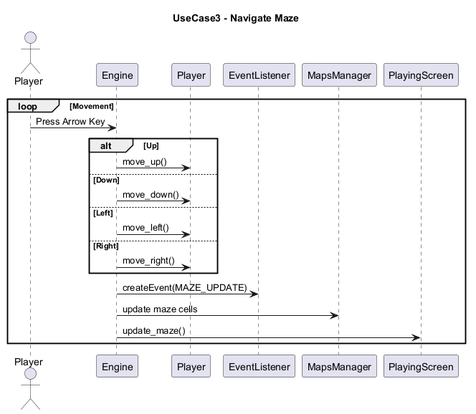
Before: docs/Diagrams/uc3.png, a diagram exported from PlantUML (ChuzaWick420/FYP_AI_Based_Puzzle_Game).
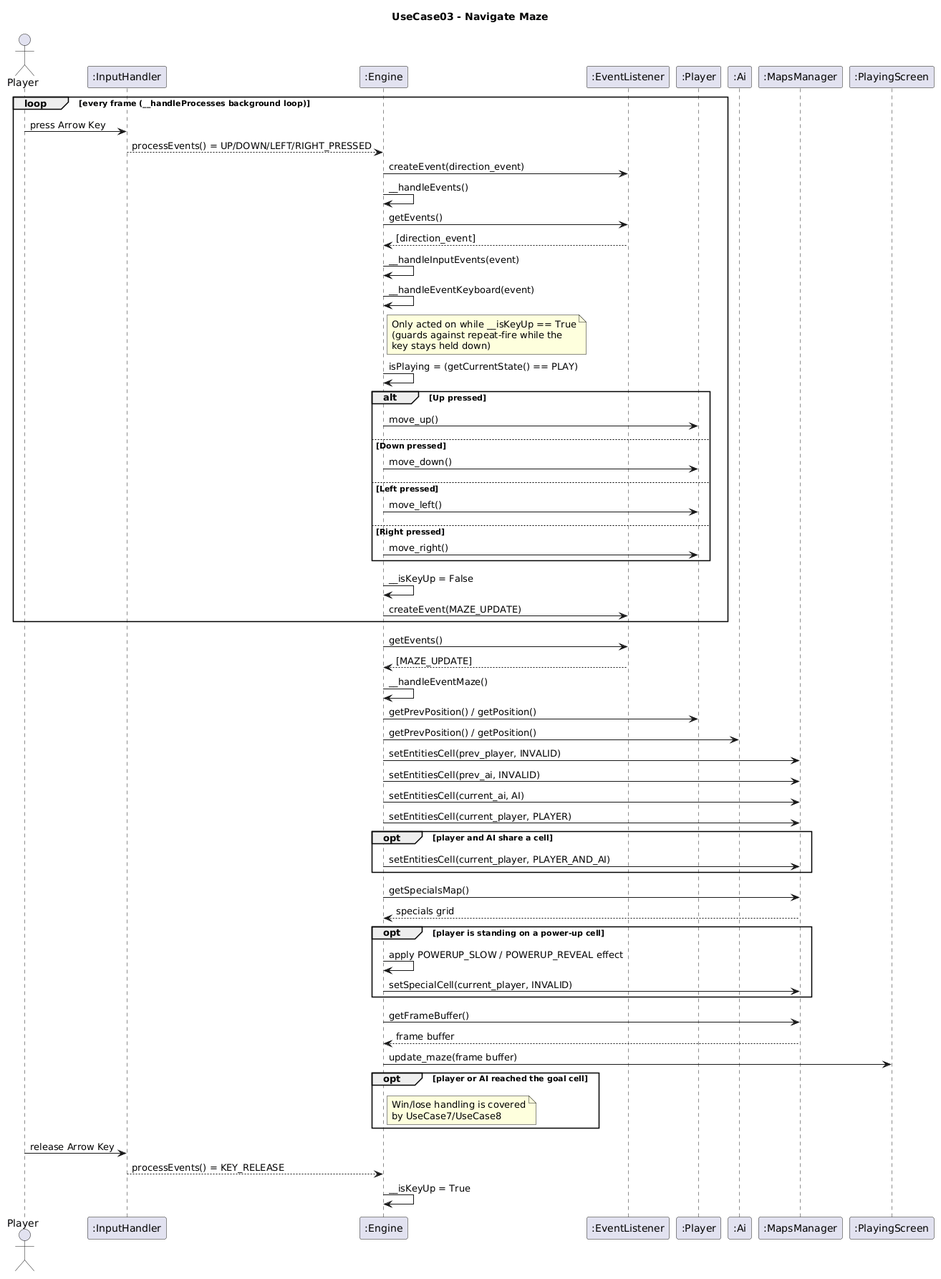
The same diagram one commit later.

The edit, as a diff of the source:
```diff
@@ -1,30 +1,74 @@
 @startuml
-title UseCase3 - Navigate Maze
+title UseCase03 - Navigate Maze
 
 actor Player
+participant ":InputHandler" as IH
+participant ":Engine" as E
+participant ":EventListener" as EL
+participant ":Player" as PE
+participant ":Ai" as AI
+participant ":MapsManager" as MM
+participant ":PlayingScreen" as PS
 
-participant Engine
-participant PlayerEntity as "Player"
-participant EventListener
-participant MapsManager
-participant PlayingScreen
+loop every frame (__handleProcesses background loop)
+  Player -> IH : press Arrow Key
+  IH --> E : processEvents() = UP/DOWN/LEFT/RIGHT_PRESSED
+  E -> EL : createEvent(direction_event)
 
-loop Movement
-    Player -> Engine : Press Arrow Key
+  E -> E : __handleEvents()
 
-    alt Up
-        Engine -> PlayerEntity : move_up()
-    else Down
-        Engine -> PlayerEntity : move_down()
-    else Left
-        Engine -> PlayerEntity : move_left()
-    else Right
-        Engine -> PlayerEntity : move_right()
-    end
+  E -> EL : getEvents()
+  EL --> E : [direction_event]
+  E -> E : __handleInputEvents(event)
+  E -> E : __handleEventKeyboard(event)
+  note right of E : Only acted on while __isKeyUp == True\n(guards against repeat-fire while the\nkey stays held down)
+  E -> E : isPlaying = (getCurrentState() == PLAY)
 
-    Engine -> EventListener : createEvent(MAZE_UPDATE)
-    Engine -> MapsManager : update maze cells
-    Engine -> PlayingScreen : update_maze()
+  alt Up pressed
+    E -> PE : move_up()
+  else Down pressed
+    E -> PE : move_down()
+  else Left pressed
+    E -> PE : move_left()
+  else Right pressed
+    E -> PE : move_right()
+  end
+
+  E -> E : __isKeyUp = False
+  E -> EL : createEvent(MAZE_UPDATE)
 end
 
+E -> EL : getEvents()
+EL --> E : [MAZE_UPDATE]
+E -> E : __handleEventMaze()
+E -> PE : getPrevPosition() / getPosition()
+E -> AI : getPrevPosition() / getPosition()
+E -> MM : setEntitiesCell(prev_player, INVALID)
+E -> MM : setEntitiesCell(prev_ai, INVALID)
+E -> MM : setEntitiesCell(current_ai, AI)
+E -> MM : setEntitiesCell(current_player, PLAYER)
+
+opt player and AI share a cell
+  E -> MM : setEntitiesCell(current_player, PLAYER_AND_AI)
+end
+
+E -> MM : getSpecialsMap()
+MM --> E : specials grid
+
+opt player is standing on a power-up cell
+  E -> E : apply POWERUP_SLOW / POWERUP_REVEAL effect
+  E -> MM : setSpecialCell(current_player, INVALID)
+end
+
+E -> MM : getFrameBuffer()
+MM --> E : frame buffer
+E -> PS : update_maze(frame buffer)
+
+opt player or AI reached the goal cell
+  note right of E : Win/lose handling is covered\nby UseCase7/UseCase8
+end
+
+Player -> IH : release Arrow Key
+IH --> E : processEvents() = KEY_RELEASE
+E -> E : __isKeyUp = True
 @enduml
```
